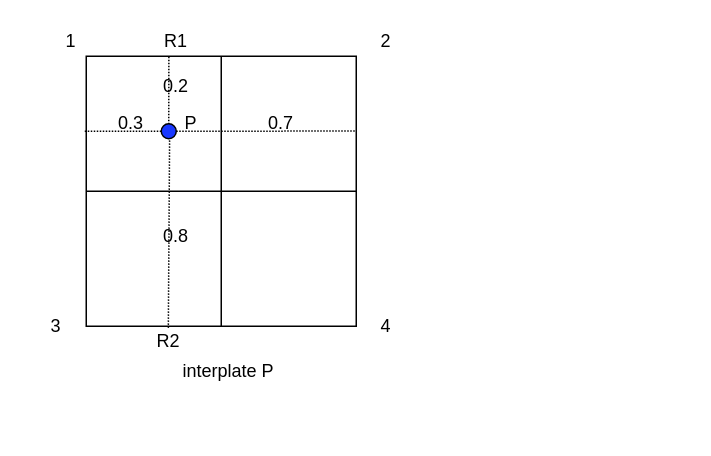
This is py/Untitled Diagram.drawio from lucasjinreal/algorithm, a draw.io file, before an edit. Source tidied: cells renumbered, new cells numbered last; positions are measured from the earlier drawing's top-left corner, leaving out a move shared by most shapes. Both pictures are drawn from the tidied source at 150%, with x=0, y=0 at pixel (26, 26).
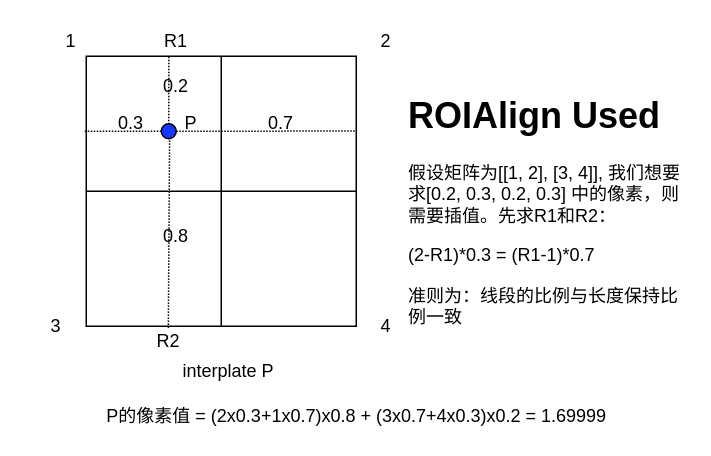
The same diagram, later.

What changed in the source:
```diff
@@
+    <mxCell id="22" value="&lt;h1&gt;ROIAlign Used&lt;/h1&gt;&lt;p&gt;假设矩阵为[[1, 2], [3, 4]], 我们想要求[0.2, 0.3, 0.2, 0.3] 中的像素，则需要插值。先求R1和R2：&lt;/p&gt;&lt;p&gt;(2-R1)*0.3 = (R1-1)*0.7&lt;/p&gt;&lt;p&gt;准则为：线段的比例与长度保持比例一致&lt;/p&gt;" style="text;html=1;strokeColor=none;fillColor=none;spacing=5;spacingTop=-20;whiteSpace=wrap;overflow=hidden;rounded=0;" parent="1" vertex="1">
+      <mxGeometry x="250" y="40" width="190" height="170" as="geometry" />
+    </mxCell>
+    <mxCell id="23" value="P的像素值 = (2x0.3+1x0.7)x0.8 + (3x0.7+4x0.3)x0.2 = 1.69999" style="text;html=1;strokeColor=none;fillColor=none;align=center;verticalAlign=middle;whiteSpace=wrap;rounded=0;" parent="1" vertex="1">
+      <mxGeometry x="37.5" y="250" width="365" height="20" as="geometry" />
+    </mxCell>
```
